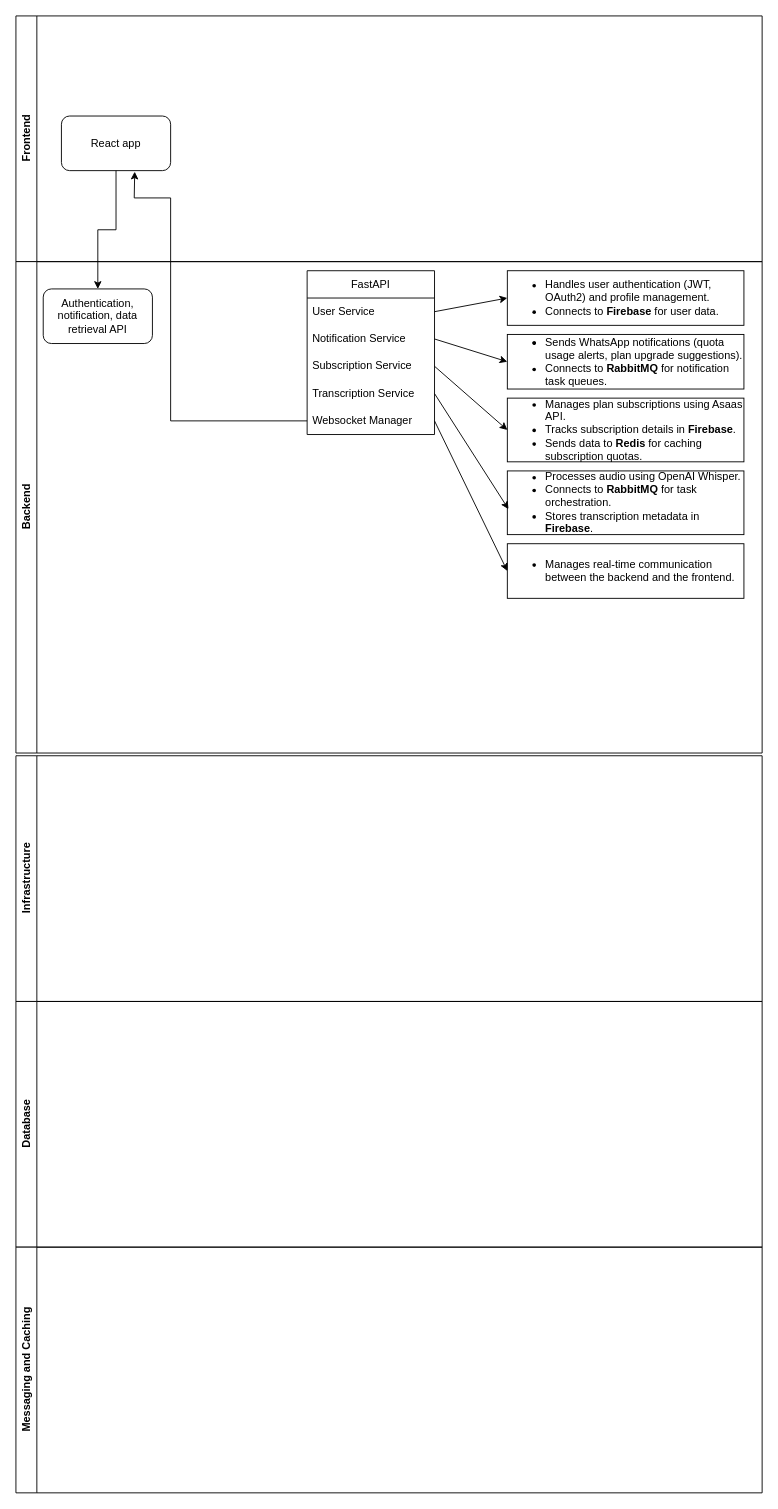
This is SystemDesign.drawio from gianverdum/CutTheChaseArchitecture, a draw.io file, before an edit. Source tidied: cells renumbered, new cells numbered last; positions are measured from the earlier drawing's top-left corner, leaving out a move shared by most shapes. Both pictures are drawn from the tidied source at 91%, with x=0, y=0 at pixel (15, 15).
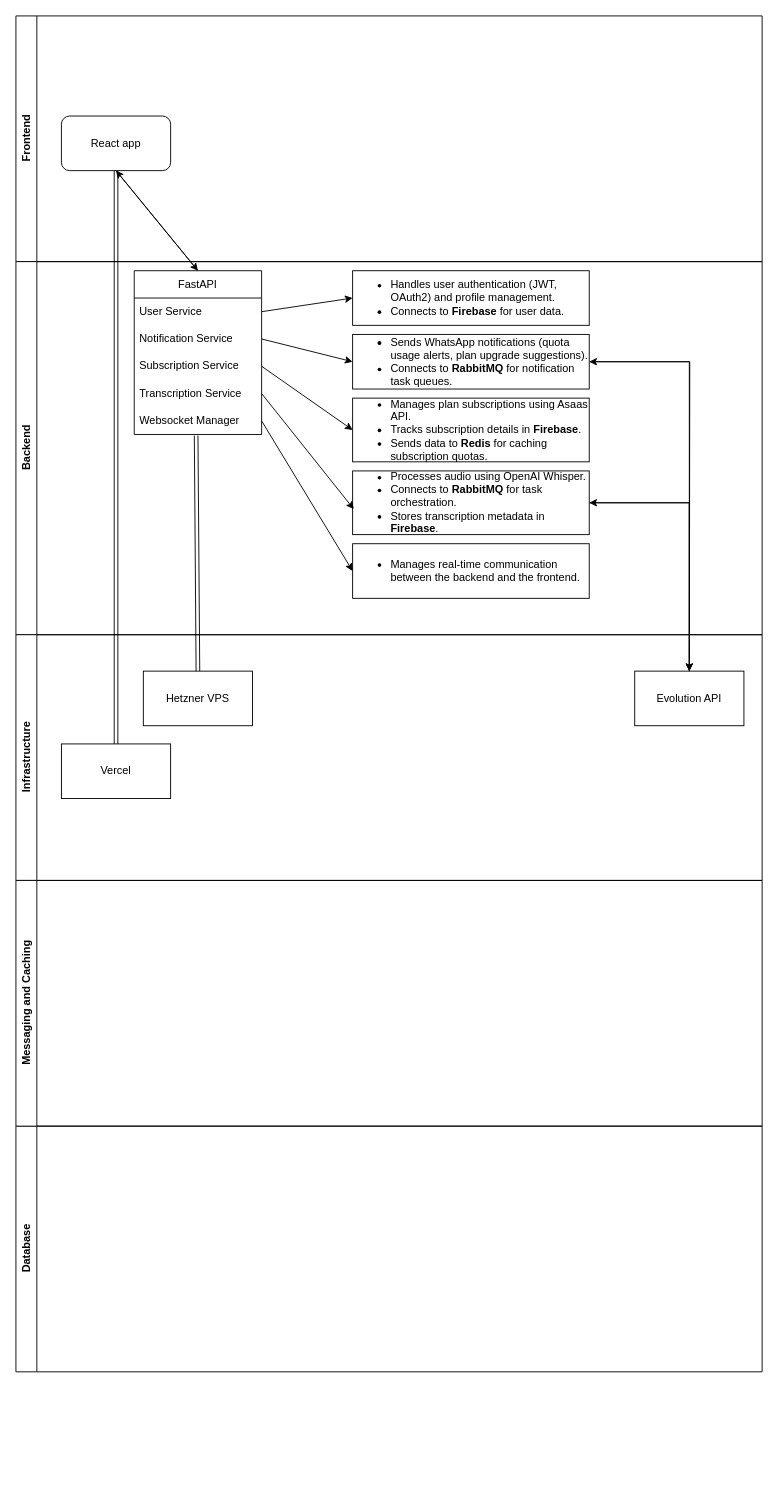
The same diagram, later.

Commit message:
updated front, back and infra

The change refers to these unchanged cells:
```xml
<mxCell id="3" value="React app" style="rounded=1;whiteSpace=wrap;html=1;" parent="2" vertex="1">
  <mxGeometry x="50" y="110" width="120" height="60" as="geometry" />
</mxCell>
<mxCell id="7" value="User Service" style="text;strokeColor=none;fillColor=none;align=left;verticalAlign=middle;spacingLeft=4;spacingRight=4;overflow=hidden;points=[[0,0.5],[1,0.5]];portConstraint=eastwest;whiteSpace=wrap;html=1;" parent="6" vertex="1">
  <mxGeometry y="30" width="140" height="30" as="geometry" />
</mxCell>
<mxCell id="11" value="Websocket Manager" style="text;strokeColor=none;fillColor=none;align=left;verticalAlign=middle;spacingLeft=4;spacingRight=4;overflow=hidden;points=[[0,0.5],[1,0.5]];portConstraint=eastwest;whiteSpace=wrap;html=1;" parent="6" vertex="1">
  <mxGeometry y="150" width="140" height="30" as="geometry" />
</mxCell>
```

The edit, as a diff of the source:
```diff
@@
     <mxCell id="4" value="Backend" style="swimlane;horizontal=0;whiteSpace=wrap;html=1;" parent="1" vertex="1">
-      <mxGeometry y="270" width="820" height="540" as="geometry" />
+      <mxGeometry y="270" width="820" height="410" as="geometry" />
     </mxCell>
-    <mxCell id="5" value="Authentication, notification, data retrieval API" style="rounded=1;whiteSpace=wrap;html=1;" parent="4" vertex="1">
-      <mxGeometry x="30" y="30" width="120" height="60" as="geometry" />
-    </mxCell>
     <mxCell id="6" value="FastAPI" style="swimlane;fontStyle=0;horizontal=1;startSize=30;whiteSpace=wrap;html=1;" parent="4" vertex="1">
-      <mxGeometry x="320" y="10" width="140" height="180" as="geometry" />
+      <mxGeometry x="130" y="10" width="140" height="180" as="geometry" />
     </mxCell>
@@
+    <mxCell id="27" style="edgeStyle=orthogonalEdgeStyle;rounded=0;jettySize=auto;html=1;exitX=1;exitY=0.5;exitDx=0;exitDy=0;" parent="4" edge="1" source="12">
+      <mxGeometry relative="1" as="geometry">
+        <mxPoint x="740" y="450" as="targetPoint" />
+      </mxGeometry>
+    </mxCell>
     <mxCell id="12" value="&lt;ul&gt;&lt;li&gt;&lt;li&gt;Sends WhatsApp notifications (quota usage alerts, plan upgrade suggestions).&lt;/li&gt;&lt;li&gt;Connects to &lt;strong&gt;RabbitMQ&lt;/strong&gt; for notification task queues.&lt;/li&gt;&lt;/li&gt;&lt;/ul&gt;" style="rounded=0;whiteSpace=wrap;html=1;align=left;" parent="4" vertex="1">
-      <mxGeometry x="540" y="80" width="260" height="60" as="geometry" />
+      <mxGeometry x="370" y="80" width="260" height="60" as="geometry" />
     </mxCell>
@@
     <mxCell id="14" value="&lt;ul&gt;&lt;li&gt;Manages plan subscriptions using Asaas API.&lt;/li&gt;&lt;li&gt;Tracks subscription details in &lt;strong&gt;Firebase&lt;/strong&gt;.&lt;/li&gt;&lt;li&gt;Sends data to &lt;strong&gt;Redis&lt;/strong&gt; for caching subscription quotas.&lt;/li&gt;&lt;/ul&gt;" style="rounded=0;whiteSpace=wrap;html=1;align=left;" parent="4" vertex="1">
-      <mxGeometry x="540" y="150" width="260" height="70" as="geometry" />
+      <mxGeometry x="370" y="150" width="260" height="70" as="geometry" />
     </mxCell>
@@
     <mxCell id="16" value="&lt;ul&gt;&lt;li&gt;Processes audio using OpenAI Whisper.&lt;/li&gt;&lt;li&gt;Connects to &lt;strong&gt;RabbitMQ&lt;/strong&gt; for task orchestration.&lt;/li&gt;&lt;li&gt;Stores transcription metadata in &lt;strong&gt;Firebase&lt;/strong&gt;.&lt;/li&gt;&lt;/ul&gt;" style="rounded=0;whiteSpace=wrap;html=1;align=left;" parent="4" vertex="1">
-      <mxGeometry x="540" y="230" width="260" height="70" as="geometry" />
+      <mxGeometry x="370" y="230" width="260" height="70" as="geometry" />
     </mxCell>
@@
     <mxCell id="18" value="&lt;ul&gt;&lt;li&gt;Manages real-time communication between the backend and the frontend.&lt;/li&gt;&lt;/ul&gt;" style="rounded=0;whiteSpace=wrap;html=1;align=left;" parent="4" vertex="1">
-      <mxGeometry x="540" y="310" width="260" height="60" as="geometry" />
+      <mxGeometry x="370" y="310" width="260" height="60" as="geometry" />
     </mxCell>
@@
+    <mxCell id="23" value="&lt;ul&gt;&lt;li&gt;Handles user authentication (JWT, OAuth2) and profile management.&lt;/li&gt;&lt;li&gt;Connects to &lt;strong&gt;Firebase&lt;/strong&gt; for user data.&lt;/li&gt;&lt;/ul&gt;" style="rounded=0;whiteSpace=wrap;html=1;align=left;" parent="4" vertex="1">
+      <mxGeometry x="370" y="10" width="260" height="60" as="geometry" />
+    </mxCell>
+    <mxCell id="24" style="edgeStyle=none;rounded=0;jettySize=auto;html=1;exitX=1;exitY=0.5;exitDx=0;exitDy=0;entryX=0;entryY=0.5;entryDx=0;entryDy=0;" parent="4" edge="1" source="7" target="23">
+      <mxGeometry relative="1" as="geometry" />
+    </mxCell>
     <mxCell id="20" value="Infrastructure" style="swimlane;horizontal=0;whiteSpace=wrap;html=1;" parent="1" vertex="1">
-      <mxGeometry y="813" width="820" height="270" as="geometry" />
+      <mxGeometry y="680" width="820" height="270" as="geometry" />
     </mxCell>
+    <mxCell id="28" value="Vercel" style="rounded=0;whiteSpace=wrap;html=1;" parent="20" vertex="1">
+      <mxGeometry x="50" y="120" width="120" height="60" as="geometry" />
+    </mxCell>
+    <mxCell id="29" value="Hetzner VPS" style="rounded=0;whiteSpace=wrap;html=1;" parent="20" vertex="1">
+      <mxGeometry x="140" y="40" width="120" height="60" as="geometry" />
+    </mxCell>
+    <mxCell id="30" style="edgeStyle=none;rounded=0;orthogonalLoop=1;jettySize=auto;html=1;exitX=0.75;exitY=0;exitDx=0;exitDy=0;" parent="20" edge="1" source="29" target="29">
+      <mxGeometry relative="1" as="geometry" />
+    </mxCell>
+    <mxCell id="31" value="Evolution API" style="rounded=0;whiteSpace=wrap;html=1;" parent="20" vertex="1">
+      <mxGeometry x="680" y="40" width="120" height="60" as="geometry" />
+    </mxCell>
     <mxCell id="21" value="Database" style="swimlane;horizontal=0;whiteSpace=wrap;html=1;" parent="1" vertex="1">
-      <mxGeometry y="1083" width="820" height="270" as="geometry" />
+      <mxGeometry y="1220" width="820" height="270" as="geometry" />
     </mxCell>
     <mxCell id="22" value="Messaging and Caching" style="swimlane;horizontal=0;whiteSpace=wrap;html=1;" parent="1" vertex="1">
-      <mxGeometry y="1353" width="820" height="270" as="geometry" />
+      <mxGeometry y="950" width="820" height="270" as="geometry" />
     </mxCell>
-    <mxCell id="23" value="&lt;ul&gt;&lt;li&gt;Handles user authentication (JWT, OAuth2) and profile management.&lt;/li&gt;&lt;li&gt;Connects to &lt;strong&gt;Firebase&lt;/strong&gt; for user data.&lt;/li&gt;&lt;/ul&gt;" style="rounded=0;whiteSpace=wrap;html=1;align=left;" parent="1" vertex="1">
-      <mxGeometry x="540" y="280" width="260" height="60" as="geometry" />
-    </mxCell>
-    <mxCell id="24" style="edgeStyle=none;rounded=0;jettySize=auto;html=1;exitX=1;exitY=0.5;exitDx=0;exitDy=0;entryX=0;entryY=0.5;entryDx=0;entryDy=0;" parent="1" edge="1" source="7" target="23">
-      <mxGeometry relative="1" as="geometry" />
-    </mxCell>
-    <mxCell id="25" style="edgeStyle=none;rounded=0;jettySize=auto;html=1;exitX=0;exitY=0.5;exitDx=0;exitDy=0;entryX=0.671;entryY=1.019;entryDx=0;entryDy=0;entryPerimeter=0;" parent="1" edge="1" source="11" target="3">
-      <mxGeometry relative="1" as="geometry">
-        <Array as="points">
-          <mxPoint x="170" y="445" />
-          <mxPoint x="170" y="200" />
-          <mxPoint x="130" y="200" />
-        </Array>
-      </mxGeometry>
-    </mxCell>
-    <mxCell id="26" style="edgeStyle=orthogonalEdgeStyle;rounded=0;jettySize=auto;html=1;exitX=0.5;exitY=1;exitDx=0;exitDy=0;entryX=0.5;entryY=0;entryDx=0;entryDy=0;" parent="1" edge="1" source="3" target="5">
-      <mxGeometry relative="1" as="geometry" />
-    </mxCell>
+    <mxCell id="32" style="edgeStyle=none;rounded=0;jettySize=auto;html=1;exitX=0.5;exitY=1;exitDx=0;exitDy=0;entryX=0.5;entryY=0;entryDx=0;entryDy=0;" parent="1" edge="1" source="3" target="6">
+      <mxGeometry relative="1" as="geometry" />
+    </mxCell>
+    <mxCell id="33" style="edgeStyle=none;rounded=0;jettySize=auto;html=1;exitX=0.5;exitY=0;exitDx=0;exitDy=0;entryX=0.5;entryY=1;entryDx=0;entryDy=0;" parent="1" edge="1" source="6" target="3">
+      <mxGeometry relative="1" as="geometry" />
+    </mxCell>
+    <mxCell id="34" style="edgeStyle=none;rounded=0;jettySize=auto;html=1;exitX=0.5;exitY=0;exitDx=0;exitDy=0;entryX=0.5;entryY=1;entryDx=0;entryDy=0;shape=link;" parent="1" edge="1" source="28" target="3">
+      <mxGeometry relative="1" as="geometry" />
+    </mxCell>
+    <mxCell id="35" style="edgeStyle=none;rounded=0;jettySize=auto;html=1;exitX=0.5;exitY=0;exitDx=0;exitDy=0;shape=link;entryX=0.486;entryY=1.039;entryDx=0;entryDy=0;entryPerimeter=0;" parent="1" edge="1" source="29" target="11">
+      <mxGeometry relative="1" as="geometry" />
+    </mxCell>
+    <mxCell id="36" style="edgeStyle=orthogonalEdgeStyle;rounded=0;jettySize=auto;html=1;exitX=1;exitY=0.5;exitDx=0;exitDy=0;entryX=0.5;entryY=0;entryDx=0;entryDy=0;" parent="1" edge="1" source="16" target="31">
+      <mxGeometry relative="1" as="geometry" />
+    </mxCell>
+    <mxCell id="37" style="edgeStyle=orthogonalEdgeStyle;rounded=0;jettySize=auto;html=1;exitX=0.5;exitY=0;exitDx=0;exitDy=0;entryX=1;entryY=0.5;entryDx=0;entryDy=0;" parent="1" edge="1" source="31" target="16">
+      <mxGeometry relative="1" as="geometry" />
+    </mxCell>
+    <mxCell id="38" style="edgeStyle=orthogonalEdgeStyle;rounded=0;jettySize=auto;html=1;exitX=0.5;exitY=0;exitDx=0;exitDy=0;entryX=1;entryY=0.5;entryDx=0;entryDy=0;" parent="1" edge="1" source="31" target="12">
+      <mxGeometry relative="1" as="geometry" />
+    </mxCell>
```
